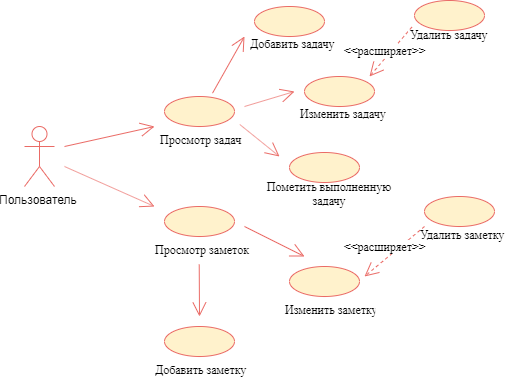
Earlier version of the draw.io export Documents/Diagrams/UseCase/UseCase.png (TomOlga/Dairy). Source tidied: cells renumbered, new cells last; positions are measured from the earlier drawing's top-left corner, leaving out a move shared by most shapes. The source it was exported from:
```xml
<mxGraphModel>
  <root>
    <mxCell id="0" />
    <mxCell id="1" parent="0" />
    <mxCell id="2" value="Пользователь" style="shape=umlActor;verticalLabelPosition=bottom;labelBackgroundColor=#ffffff;verticalAlign=top;html=1;strokeColor=#EA6B66;" parent="1" vertex="1">
      <mxGeometry y="126" width="30" height="60" as="geometry" />
    </mxCell>
    <mxCell id="3" style="ellipse;whiteSpace=wrap;html=1;fillColor=#fff2cc;strokeColor=#EA6B66;" parent="1" vertex="1">
      <mxGeometry x="140" y="96" width="70" height="30" as="geometry" />
    </mxCell>
    <mxCell id="4" style="endArrow=open;endFill=1;endSize=12;html=1;strokeColor=#EA6B66;" parent="1" edge="1">
      <mxGeometry relative="1" as="geometry">
        <mxPoint x="40" y="146" as="sourcePoint" />
        <mxPoint x="130" y="126" as="targetPoint" />
      </mxGeometry>
    </mxCell>
    <mxCell id="5" style="endArrow=open;endFill=1;endSize=12;html=1;strokeColor=#EA6B66;" parent="1" edge="1">
      <mxGeometry relative="1" as="geometry">
        <mxPoint x="40" y="166" as="sourcePoint" />
        <mxPoint x="130" y="206" as="targetPoint" />
      </mxGeometry>
    </mxCell>
    <mxCell id="6" value="Просмотр задач" style="text;strokeColor=none;fillColor=none;align=left;verticalAlign=top;spacingLeft=4;spacingRight=4;overflow=hidden;points=[[0,0.5],[1,0.5]];portConstraint=eastwest;fontFamily=Times New Roman;fontSize=12;" parent="1" vertex="1">
      <mxGeometry x="130" y="126" width="100" height="26" as="geometry" />
    </mxCell>
    <mxCell id="7" style="ellipse;whiteSpace=wrap;html=1;fillColor=#fff2cc;strokeColor=#EA6B66;" parent="1" vertex="1">
      <mxGeometry x="140" y="206" width="70" height="30" as="geometry" />
    </mxCell>
    <mxCell id="8" value="Просмотр заметок" style="text;strokeColor=none;fillColor=none;align=left;verticalAlign=top;spacingLeft=4;spacingRight=4;overflow=hidden;points=[[0,0.5],[1,0.5]];portConstraint=eastwest;fontFamily=Times New Roman;fontSize=12;" parent="1" vertex="1">
      <mxGeometry x="125" y="236" width="110" height="26" as="geometry" />
    </mxCell>
    <mxCell id="9" style="ellipse;whiteSpace=wrap;html=1;fillColor=#fff2cc;strokeColor=#EA6B66;" parent="1" vertex="1">
      <mxGeometry x="230" y="6" width="70" height="30" as="geometry" />
    </mxCell>
    <mxCell id="10" style="ellipse;whiteSpace=wrap;html=1;fillColor=#fff2cc;strokeColor=#EA6B66;" parent="1" vertex="1">
      <mxGeometry x="280" y="76" width="70" height="30" as="geometry" />
    </mxCell>
    <mxCell id="11" style="ellipse;whiteSpace=wrap;html=1;fillColor=#fff2cc;strokeColor=#EA6B66;" parent="1" vertex="1">
      <mxGeometry x="265" y="152" width="70" height="30" as="geometry" />
    </mxCell>
    <mxCell id="12" style="ellipse;whiteSpace=wrap;html=1;fillColor=#fff2cc;strokeColor=#EA6B66;" parent="1" vertex="1">
      <mxGeometry x="390" width="70" height="30" as="geometry" />
    </mxCell>
    <mxCell id="13" style="ellipse;whiteSpace=wrap;html=1;fillColor=#fff2cc;strokeColor=#EA6B66;" parent="1" vertex="1">
      <mxGeometry x="265" y="266" width="70" height="30" as="geometry" />
    </mxCell>
    <mxCell id="14" style="ellipse;whiteSpace=wrap;html=1;fillColor=#fff2cc;strokeColor=#EA6B66;" parent="1" vertex="1">
      <mxGeometry x="140" y="326" width="70" height="30" as="geometry" />
    </mxCell>
    <mxCell id="15" style="ellipse;whiteSpace=wrap;html=1;fillColor=#fff2cc;strokeColor=#EA6B66;" parent="1" vertex="1">
      <mxGeometry x="400" y="196" width="70" height="30" as="geometry" />
    </mxCell>
    <mxCell id="16" style="endArrow=open;endFill=1;endSize=12;html=1;strokeColor=#EA6B66;exitX=0.686;exitY=-0.111;exitDx=0;exitDy=0;exitPerimeter=0;" parent="1" edge="1" source="3">
      <mxGeometry relative="1" as="geometry">
        <mxPoint x="220" y="36" as="targetPoint" />
      </mxGeometry>
    </mxCell>
    <mxCell id="17" style="endArrow=open;endFill=1;endSize=12;html=1;strokeColor=#EA6B66;" parent="1" edge="1">
      <mxGeometry relative="1" as="geometry">
        <mxPoint x="220" y="106" as="sourcePoint" />
        <mxPoint x="270" y="91" as="targetPoint" />
      </mxGeometry>
    </mxCell>
    <mxCell id="18" style="endArrow=open;endFill=1;endSize=12;html=1;strokeColor=#EA6B66;exitX=0.853;exitY=-0.077;exitDx=0;exitDy=0;exitPerimeter=0;" parent="1" edge="1" source="6">
      <mxGeometry relative="1" as="geometry">
        <mxPoint x="255" y="156" as="targetPoint" />
      </mxGeometry>
    </mxCell>
    <mxCell id="19" style="endArrow=open;endFill=1;endSize=12;html=1;strokeColor=#EA6B66;" parent="1" edge="1">
      <mxGeometry relative="1" as="geometry">
        <mxPoint x="220" y="226" as="sourcePoint" />
        <mxPoint x="280" y="256" as="targetPoint" />
      </mxGeometry>
    </mxCell>
    <mxCell id="20" style="endArrow=open;endFill=1;endSize=12;html=1;strokeColor=#EA6B66;exitX=0.452;exitY=1.077;exitDx=0;exitDy=0;exitPerimeter=0;" parent="1" edge="1" source="8">
      <mxGeometry relative="1" as="geometry">
        <mxPoint x="175" y="316" as="targetPoint" />
      </mxGeometry>
    </mxCell>
    <mxCell id="21" value="&amp;lt;&amp;lt;расширяет&amp;gt;&amp;gt;" style="endArrow=open;endSize=12;dashed=1;html=1;strokeColor=#EA6B66;fontFamily=Times New Roman;fontSize=12;" parent="1" edge="1">
      <mxGeometry x="0.11" y="-10" relative="1" as="geometry">
        <mxPoint x="400" y="226" as="sourcePoint" />
        <mxPoint x="340" y="276" as="targetPoint" />
      </mxGeometry>
    </mxCell>
    <mxCell id="22" value="&amp;lt;&amp;lt;расширяет&amp;gt;&amp;gt;" style="endArrow=open;endSize=12;dashed=1;html=1;strokeColor=#EA6B66;fontFamily=Times New Roman;fontSize=12;exitX=-0.027;exitY=-0.128;exitDx=0;exitDy=0;exitPerimeter=0;" parent="1" edge="1">
      <mxGeometry x="0.08" y="-5" relative="1" as="geometry">
        <mxPoint x="387.3" y="26.7" as="sourcePoint" />
        <mxPoint x="345" y="76" as="targetPoint" />
      </mxGeometry>
    </mxCell>
    <mxCell id="23" value="Добавить задачу" style="text;strokeColor=none;fillColor=none;align=left;verticalAlign=top;spacingLeft=4;spacingRight=4;overflow=hidden;fontFamily=Times New Roman;fontSize=12;" parent="1" vertex="1">
      <mxGeometry x="220" y="30" width="100" height="26" as="geometry" />
    </mxCell>
    <mxCell id="24" value="Пометить выполненную &#10;задачу" style="text;strokeColor=none;fillColor=none;align=center;verticalAlign=top;spacingLeft=4;spacingRight=4;overflow=hidden;fontFamily=Times New Roman;fontSize=12;" parent="1" vertex="1">
      <mxGeometry x="220" y="173" width="170" height="33" as="geometry" />
    </mxCell>
    <mxCell id="25" value="Изменить задачу" style="text;strokeColor=none;fillColor=none;align=left;verticalAlign=top;spacingLeft=4;spacingRight=4;overflow=hidden;fontFamily=Times New Roman;fontSize=12;" parent="1" vertex="1">
      <mxGeometry x="270" y="100" width="100" height="26" as="geometry" />
    </mxCell>
    <mxCell id="26" value="Удалить задачу" style="text;strokeColor=none;fillColor=none;align=left;verticalAlign=top;spacingLeft=4;spacingRight=4;overflow=hidden;points=[[0,0.5],[1,0.5]];portConstraint=eastwest;fontFamily=Times New Roman;fontSize=12;" parent="1" vertex="1">
      <mxGeometry x="380" y="21" width="100" height="26" as="geometry" />
    </mxCell>
    <mxCell id="27" value="Удалить заметку" style="text;strokeColor=none;fillColor=none;align=left;verticalAlign=top;spacingLeft=4;spacingRight=4;overflow=hidden;fontFamily=Times New Roman;fontSize=12;" parent="1" vertex="1">
      <mxGeometry x="390" y="221" width="100" height="26" as="geometry" />
    </mxCell>
    <mxCell id="28" value="Добавить заметку" style="text;strokeColor=none;fillColor=none;align=left;verticalAlign=top;spacingLeft=4;spacingRight=4;overflow=hidden;fontFamily=Times New Roman;fontSize=12;" parent="1" vertex="1">
      <mxGeometry x="125" y="356" width="115" height="26" as="geometry" />
    </mxCell>
    <mxCell id="29" value="Изменить заметку" style="text;strokeColor=none;fillColor=none;align=left;verticalAlign=top;spacingLeft=4;spacingRight=4;overflow=hidden;fontFamily=Times New Roman;fontSize=12;" parent="1" vertex="1">
      <mxGeometry x="255" y="296" width="100" height="26" as="geometry" />
    </mxCell>
  </root>
</mxGraphModel>
```
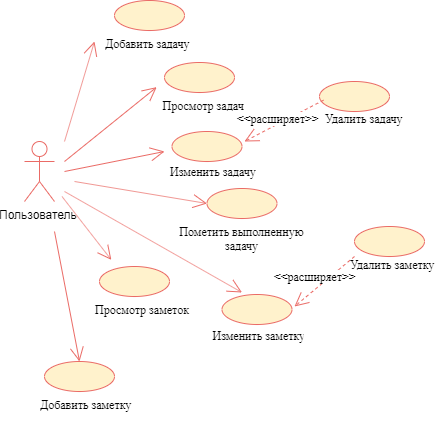
After the commit.

Change to the diagram source:
```diff
@@ -6,109 +6,107 @@
       <mxGeometry y="126" width="30" height="60" as="geometry" />
     </mxCell>
     <mxCell id="3" style="ellipse;whiteSpace=wrap;html=1;fillColor=#fff2cc;strokeColor=#EA6B66;" parent="1" vertex="1">
-      <mxGeometry x="140" y="96" width="70" height="30" as="geometry" />
+      <mxGeometry x="140" y="47" width="70" height="30" as="geometry" />
     </mxCell>
-    <mxCell id="4" style="endArrow=open;endFill=1;endSize=12;html=1;strokeColor=#EA6B66;" parent="1" edge="1">
+    <mxCell id="4" style="endArrow=open;endFill=1;endSize=12;html=1;strokeColor=#EA6B66;entryX=-0.003;entryY=-0.207;entryDx=0;entryDy=0;entryPerimeter=0;" parent="1" edge="1" target="6">
       <mxGeometry relative="1" as="geometry">
         <mxPoint x="40" y="146" as="sourcePoint" />
-        <mxPoint x="130" y="126" as="targetPoint" />
       </mxGeometry>
     </mxCell>
-    <mxCell id="5" style="endArrow=open;endFill=1;endSize=12;html=1;strokeColor=#EA6B66;" parent="1" edge="1">
+    <mxCell id="5" style="endArrow=open;endFill=1;endSize=12;html=1;strokeColor=#EA6B66;entryX=0.169;entryY=-0.221;entryDx=0;entryDy=0;entryPerimeter=0;" parent="1" edge="1" target="7">
       <mxGeometry relative="1" as="geometry">
-        <mxPoint x="40" y="166" as="sourcePoint" />
-        <mxPoint x="130" y="206" as="targetPoint" />
+        <mxPoint x="37.5" y="181" as="sourcePoint" />
       </mxGeometry>
     </mxCell>
     <mxCell id="6" value="Просмотр задач" style="text;strokeColor=none;fillColor=none;align=left;verticalAlign=top;spacingLeft=4;spacingRight=4;overflow=hidden;points=[[0,0.5],[1,0.5]];portConstraint=eastwest;fontFamily=Times New Roman;fontSize=12;" parent="1" vertex="1">
-      <mxGeometry x="130" y="126" width="100" height="26" as="geometry" />
+      <mxGeometry x="132.5" y="77" width="100" height="26" as="geometry" />
     </mxCell>
     <mxCell id="7" style="ellipse;whiteSpace=wrap;html=1;fillColor=#fff2cc;strokeColor=#EA6B66;" parent="1" vertex="1">
-      <mxGeometry x="140" y="206" width="70" height="30" as="geometry" />
+      <mxGeometry x="75" y="251" width="70" height="30" as="geometry" />
     </mxCell>
     <mxCell id="8" value="Просмотр заметок" style="text;strokeColor=none;fillColor=none;align=left;verticalAlign=top;spacingLeft=4;spacingRight=4;overflow=hidden;points=[[0,0.5],[1,0.5]];portConstraint=eastwest;fontFamily=Times New Roman;fontSize=12;" parent="1" vertex="1">
-      <mxGeometry x="125" y="236" width="110" height="26" as="geometry" />
+      <mxGeometry x="65" y="281" width="110" height="26" as="geometry" />
     </mxCell>
     <mxCell id="9" style="ellipse;whiteSpace=wrap;html=1;fillColor=#fff2cc;strokeColor=#EA6B66;" parent="1" vertex="1">
-      <mxGeometry x="230" y="6" width="70" height="30" as="geometry" />
+      <mxGeometry x="90" y="-15" width="70" height="30" as="geometry" />
     </mxCell>
     <mxCell id="10" style="ellipse;whiteSpace=wrap;html=1;fillColor=#fff2cc;strokeColor=#EA6B66;" parent="1" vertex="1">
-      <mxGeometry x="280" y="76" width="70" height="30" as="geometry" />
+      <mxGeometry x="147.5" y="116" width="70" height="30" as="geometry" />
     </mxCell>
     <mxCell id="11" style="ellipse;whiteSpace=wrap;html=1;fillColor=#fff2cc;strokeColor=#EA6B66;" parent="1" vertex="1">
-      <mxGeometry x="265" y="152" width="70" height="30" as="geometry" />
+      <mxGeometry x="182.5" y="173" width="70" height="30" as="geometry" />
     </mxCell>
     <mxCell id="12" style="ellipse;whiteSpace=wrap;html=1;fillColor=#fff2cc;strokeColor=#EA6B66;" parent="1" vertex="1">
-      <mxGeometry x="390" width="70" height="30" as="geometry" />
+      <mxGeometry x="295" y="66" width="70" height="30" as="geometry" />
     </mxCell>
     <mxCell id="13" style="ellipse;whiteSpace=wrap;html=1;fillColor=#fff2cc;strokeColor=#EA6B66;" parent="1" vertex="1">
-      <mxGeometry x="265" y="266" width="70" height="30" as="geometry" />
+      <mxGeometry x="197.5" y="279" width="70" height="30" as="geometry" />
     </mxCell>
-    <mxCell id="14" style="ellipse;whiteSpace=wrap;html=1;fillColor=#fff2cc;strokeColor=#EA6B66;" parent="1" vertex="1">
-      <mxGeometry x="140" y="326" width="70" height="30" as="geometry" />
-    </mxCell>
     <mxCell id="15" style="ellipse;whiteSpace=wrap;html=1;fillColor=#fff2cc;strokeColor=#EA6B66;" parent="1" vertex="1">
-      <mxGeometry x="400" y="196" width="70" height="30" as="geometry" />
+      <mxGeometry x="330" y="211" width="70" height="30" as="geometry" />
     </mxCell>
-    <mxCell id="16" style="endArrow=open;endFill=1;endSize=12;html=1;strokeColor=#EA6B66;exitX=0.686;exitY=-0.111;exitDx=0;exitDy=0;exitPerimeter=0;" parent="1" edge="1" source="3">
+    <mxCell id="16" style="endArrow=open;endFill=1;endSize=12;html=1;strokeColor=#EA6B66;" parent="1" edge="1">
       <mxGeometry relative="1" as="geometry">
-        <mxPoint x="220" y="36" as="targetPoint" />
+        <mxPoint x="40" y="126" as="sourcePoint" />
+        <mxPoint x="70" y="26" as="targetPoint" />
       </mxGeometry>
     </mxCell>
     <mxCell id="17" style="endArrow=open;endFill=1;endSize=12;html=1;strokeColor=#EA6B66;" parent="1" edge="1">
       <mxGeometry relative="1" as="geometry">
-        <mxPoint x="220" y="106" as="sourcePoint" />
-        <mxPoint x="270" y="91" as="targetPoint" />
+        <mxPoint x="40" y="156" as="sourcePoint" />
+        <mxPoint x="140" y="136" as="targetPoint" />
       </mxGeometry>
     </mxCell>
-    <mxCell id="18" style="endArrow=open;endFill=1;endSize=12;html=1;strokeColor=#EA6B66;exitX=0.853;exitY=-0.077;exitDx=0;exitDy=0;exitPerimeter=0;" parent="1" edge="1" source="6">
-      <mxGeometry relative="1" as="geometry">
-        <mxPoint x="255" y="156" as="targetPoint" />
-      </mxGeometry>
-    </mxCell>
     <mxCell id="19" style="endArrow=open;endFill=1;endSize=12;html=1;strokeColor=#EA6B66;" parent="1" edge="1">
       <mxGeometry relative="1" as="geometry">
-        <mxPoint x="220" y="226" as="sourcePoint" />
-        <mxPoint x="280" y="256" as="targetPoint" />
+        <mxPoint x="40" y="176" as="sourcePoint" />
+        <mxPoint x="217.5" y="277" as="targetPoint" />
       </mxGeometry>
     </mxCell>
-    <mxCell id="20" style="endArrow=open;endFill=1;endSize=12;html=1;strokeColor=#EA6B66;exitX=0.452;exitY=1.077;exitDx=0;exitDy=0;exitPerimeter=0;" parent="1" edge="1" source="8">
-      <mxGeometry relative="1" as="geometry">
-        <mxPoint x="175" y="316" as="targetPoint" />
-      </mxGeometry>
-    </mxCell>
     <mxCell id="21" value="&amp;lt;&amp;lt;расширяет&amp;gt;&amp;gt;" style="endArrow=open;endSize=12;dashed=1;html=1;strokeColor=#EA6B66;fontFamily=Times New Roman;fontSize=12;" parent="1" edge="1">
       <mxGeometry x="0.11" y="-10" relative="1" as="geometry">
-        <mxPoint x="400" y="226" as="sourcePoint" />
-        <mxPoint x="340" y="276" as="targetPoint" />
+        <mxPoint x="330" y="241" as="sourcePoint" />
+        <mxPoint x="270" y="291" as="targetPoint" />
       </mxGeometry>
     </mxCell>
-    <mxCell id="22" value="&amp;lt;&amp;lt;расширяет&amp;gt;&amp;gt;" style="endArrow=open;endSize=12;dashed=1;html=1;strokeColor=#EA6B66;fontFamily=Times New Roman;fontSize=12;exitX=-0.027;exitY=-0.128;exitDx=0;exitDy=0;exitPerimeter=0;" parent="1" edge="1">
+    <mxCell id="22" value="&amp;lt;&amp;lt;расширяет&amp;gt;&amp;gt;" style="endArrow=open;endSize=12;dashed=1;html=1;strokeColor=#EA6B66;fontFamily=Times New Roman;fontSize=12;exitX=0.04;exitY=-0.205;exitDx=0;exitDy=0;exitPerimeter=0;" parent="1" edge="1" source="26">
       <mxGeometry x="0.08" y="-5" relative="1" as="geometry">
-        <mxPoint x="387.3" y="26.7" as="sourcePoint" />
-        <mxPoint x="345" y="76" as="targetPoint" />
+        <mxPoint x="220" y="126" as="targetPoint" />
       </mxGeometry>
     </mxCell>
     <mxCell id="23" value="Добавить задачу" style="text;strokeColor=none;fillColor=none;align=left;verticalAlign=top;spacingLeft=4;spacingRight=4;overflow=hidden;fontFamily=Times New Roman;fontSize=12;" parent="1" vertex="1">
-      <mxGeometry x="220" y="30" width="100" height="26" as="geometry" />
+      <mxGeometry x="75" y="15" width="100" height="26" as="geometry" />
     </mxCell>
     <mxCell id="24" value="Пометить выполненную &#10;задачу" style="text;strokeColor=none;fillColor=none;align=center;verticalAlign=top;spacingLeft=4;spacingRight=4;overflow=hidden;fontFamily=Times New Roman;fontSize=12;" parent="1" vertex="1">
-      <mxGeometry x="220" y="173" width="170" height="33" as="geometry" />
+      <mxGeometry x="132.5" y="203" width="170" height="33" as="geometry" />
     </mxCell>
     <mxCell id="25" value="Изменить задачу" style="text;strokeColor=none;fillColor=none;align=left;verticalAlign=top;spacingLeft=4;spacingRight=4;overflow=hidden;fontFamily=Times New Roman;fontSize=12;" parent="1" vertex="1">
-      <mxGeometry x="270" y="100" width="100" height="26" as="geometry" />
+      <mxGeometry x="140" y="143" width="100" height="26" as="geometry" />
     </mxCell>
     <mxCell id="26" value="Удалить задачу" style="text;strokeColor=none;fillColor=none;align=left;verticalAlign=top;spacingLeft=4;spacingRight=4;overflow=hidden;points=[[0,0.5],[1,0.5]];portConstraint=eastwest;fontFamily=Times New Roman;fontSize=12;" parent="1" vertex="1">
-      <mxGeometry x="380" y="21" width="100" height="26" as="geometry" />
+      <mxGeometry x="295" y="90" width="100" height="26" as="geometry" />
     </mxCell>
     <mxCell id="27" value="Удалить заметку" style="text;strokeColor=none;fillColor=none;align=left;verticalAlign=top;spacingLeft=4;spacingRight=4;overflow=hidden;fontFamily=Times New Roman;fontSize=12;" parent="1" vertex="1">
-      <mxGeometry x="390" y="221" width="100" height="26" as="geometry" />
+      <mxGeometry x="320" y="236" width="100" height="26" as="geometry" />
     </mxCell>
     <mxCell id="28" value="Добавить заметку" style="text;strokeColor=none;fillColor=none;align=left;verticalAlign=top;spacingLeft=4;spacingRight=4;overflow=hidden;fontFamily=Times New Roman;fontSize=12;" parent="1" vertex="1">
-      <mxGeometry x="125" y="356" width="115" height="26" as="geometry" />
+      <mxGeometry x="10" y="376" width="115" height="26" as="geometry" />
     </mxCell>
     <mxCell id="29" value="Изменить заметку" style="text;strokeColor=none;fillColor=none;align=left;verticalAlign=top;spacingLeft=4;spacingRight=4;overflow=hidden;fontFamily=Times New Roman;fontSize=12;" parent="1" vertex="1">
-      <mxGeometry x="255" y="296" width="100" height="26" as="geometry" />
+      <mxGeometry x="182.5" y="307" width="100" height="26" as="geometry" />
     </mxCell>
+    <mxCell id="30" style="endArrow=open;endFill=1;endSize=12;html=1;strokeColor=#EA6B66;entryX=0;entryY=0.5;entryDx=0;entryDy=0;" parent="1" edge="1" target="11">
+      <mxGeometry relative="1" as="geometry">
+        <mxPoint x="50" y="166" as="sourcePoint" />
+      </mxGeometry>
+    </mxCell>
+    <mxCell id="14" style="ellipse;whiteSpace=wrap;html=1;fillColor=#fff2cc;strokeColor=#EA6B66;" parent="1" vertex="1">
+      <mxGeometry x="20" y="346" width="70" height="30" as="geometry" />
+    </mxCell>
+    <mxCell id="31" style="endArrow=open;endFill=1;endSize=12;html=1;strokeColor=#EA6B66;entryX=0.5;entryY=0;entryDx=0;entryDy=0;" parent="1" edge="1" target="14">
+      <mxGeometry relative="1" as="geometry">
+        <mxPoint x="30" y="216" as="sourcePoint" />
+      </mxGeometry>
+    </mxCell>
   </root>
 </mxGraphModel>
```
